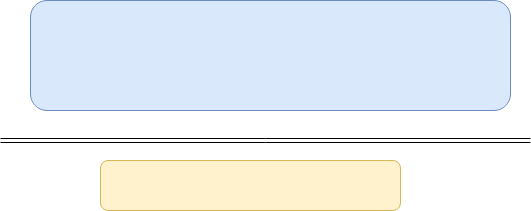
The draw.io diagram assets/dual-mode-execution-mode.drawio.png in Joe-Degs/Joe-Degs.github.io, before a commit. Source tidied: cells renumbered, new cells last; positions are measured from the earlier drawing's top-left corner, leaving out a move shared by most shapes. The source it was exported from:
```xml
<mxGraphModel>
  <root>
    <mxCell id="0" />
    <mxCell id="1" parent="0" />
    <mxCell id="2" style="rounded=1;whiteSpace=wrap;html=1;fillColor=#fff2cc;strokeColor=#d6b656;" parent="1" vertex="1">
      <mxGeometry x="100" y="160" width="300" height="50" as="geometry" />
    </mxCell>
    <mxCell id="3" style="rounded=1;whiteSpace=wrap;html=1;fillColor=#dae8fc;strokeColor=#6c8ebf;" parent="1" vertex="1">
      <mxGeometry x="30" width="480" height="110" as="geometry" />
    </mxCell>
    <mxCell id="4" style="shape=link;html=1;rounded=0;" parent="1" edge="1">
      <mxGeometry relative="1" as="geometry">
        <mxPoint y="140" as="sourcePoint" />
        <mxPoint x="530" y="140" as="targetPoint" />
      </mxGeometry>
    </mxCell>
  </root>
</mxGraphModel>
```
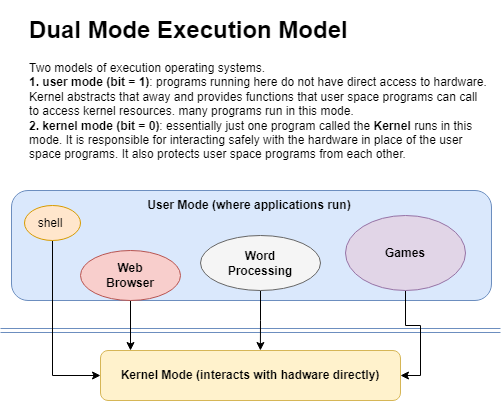
Above is the later version.

Diff of the diagram source:
```diff
@@ -2,17 +2,62 @@
   <root>
     <mxCell id="0" />
     <mxCell id="1" parent="0" />
-    <mxCell id="2" style="rounded=1;whiteSpace=wrap;html=1;fillColor=#fff2cc;strokeColor=#d6b656;" parent="1" vertex="1">
-      <mxGeometry x="100" y="160" width="300" height="50" as="geometry" />
+    <mxCell id="2" style="rounded=1;whiteSpace=wrap;html=1;fillColor=#fff2cc;strokeColor=#d6b656;gradientColor=none;" parent="1" vertex="1">
+      <mxGeometry x="110" y="180" width="300" height="50" as="geometry" />
     </mxCell>
-    <mxCell id="3" style="rounded=1;whiteSpace=wrap;html=1;fillColor=#dae8fc;strokeColor=#6c8ebf;" parent="1" vertex="1">
-      <mxGeometry x="30" width="480" height="110" as="geometry" />
+    <mxCell id="3" style="rounded=1;whiteSpace=wrap;html=1;fillColor=#dae8fc;strokeColor=#6c8ebf;fontFamily=Inconsolata-g;" parent="1" vertex="1">
+      <mxGeometry x="21" y="20" width="480" height="110" as="geometry" />
     </mxCell>
-    <mxCell id="4" style="shape=link;html=1;rounded=0;" parent="1" edge="1">
+    <mxCell id="4" style="shape=link;html=1;rounded=0;fillColor=#dae8fc;strokeColor=#6c8ebf;" parent="1" edge="1">
       <mxGeometry relative="1" as="geometry">
-        <mxPoint y="140" as="sourcePoint" />
-        <mxPoint x="530" y="140" as="targetPoint" />
+        <mxPoint x="10" y="160" as="sourcePoint" />
+        <mxPoint x="510" y="160" as="targetPoint" />
       </mxGeometry>
     </mxCell>
+    <mxCell id="5" value="User Mode (where applications run)" style="text;html=1;strokeColor=none;fillColor=none;align=center;verticalAlign=middle;whiteSpace=wrap;rounded=0;fontStyle=1;" parent="1" vertex="1">
+      <mxGeometry x="129" y="20" width="260" height="30" as="geometry" />
+    </mxCell>
+    <mxCell id="6" value="Kernel Mode (interacts with hadware directly)" style="text;html=1;strokeColor=none;fillColor=none;align=center;verticalAlign=middle;whiteSpace=wrap;rounded=0;fontStyle=1;" parent="1" vertex="1">
+      <mxGeometry x="110" y="190" width="300" height="30" as="geometry" />
+    </mxCell>
+    <mxCell id="7" value="&lt;h1&gt;Dual Mode Execution Model&lt;/h1&gt;&lt;div&gt;Two models of execution operating systems.&lt;/div&gt;&lt;b style=&quot;background-color: initial;&quot;&gt;1. user mode (bit = 1)&lt;/b&gt;&lt;span style=&quot;background-color: initial;&quot;&gt;: programs running here do not have direct access to hardware. Kernel abstracts that away and provides functions that user space programs can call to access kernel resources. many programs run in this mode.&lt;/span&gt;&lt;span style=&quot;font-weight: 700; text-align: center;&quot;&gt;&lt;br&gt;&lt;/span&gt;&lt;div&gt;&lt;b&gt;2. kernel mode (bit = 0)&lt;/b&gt;: essentially just one program called the &lt;b&gt;Kernel &lt;/b&gt;runs in this mode. It is responsible for interacting safely with the hardware in place of the user space programs. It also protects user space programs from each other.&amp;nbsp;&lt;/div&gt;" style="text;html=1;strokeColor=none;fillColor=none;spacing=5;spacingTop=-20;whiteSpace=wrap;overflow=hidden;rounded=0;" parent="1" vertex="1">
+      <mxGeometry x="34" y="-160" width="466" height="160" as="geometry" />
+    </mxCell>
+    <mxCell id="8" style="edgeStyle=orthogonalEdgeStyle;jettySize=auto;html=1;exitX=0.5;exitY=1;exitDx=0;exitDy=0;entryX=0;entryY=0.5;entryDx=0;entryDy=0;rounded=0;" parent="1" edge="1" source="9" target="6">
+      <mxGeometry relative="1" as="geometry" />
+    </mxCell>
+    <mxCell id="9" style="ellipse;whiteSpace=wrap;html=1;fillColor=#ffe6cc;strokeColor=#d79b00;" parent="1" vertex="1">
+      <mxGeometry x="34" y="35" width="56" height="35" as="geometry" />
+    </mxCell>
+    <mxCell id="10" style="edgeStyle=orthogonalEdgeStyle;rounded=0;jettySize=auto;html=1;exitX=0.5;exitY=1;exitDx=0;exitDy=0;entryX=0.1;entryY=0;entryDx=0;entryDy=0;entryPerimeter=0;" parent="1" edge="1" source="11" target="2">
+      <mxGeometry relative="1" as="geometry" />
+    </mxCell>
+    <mxCell id="11" style="ellipse;whiteSpace=wrap;html=1;fillColor=#f8cecc;strokeColor=#b85450;" parent="1" vertex="1">
+      <mxGeometry x="90" y="80" width="100" height="50" as="geometry" />
+    </mxCell>
+    <mxCell id="12" style="edgeStyle=orthogonalEdgeStyle;rounded=0;jettySize=auto;html=1;entryX=0.533;entryY=0;entryDx=0;entryDy=0;entryPerimeter=0;" parent="1" edge="1" source="13" target="2">
+      <mxGeometry relative="1" as="geometry" />
+    </mxCell>
+    <mxCell id="13" style="ellipse;whiteSpace=wrap;html=1;fillColor=#f5f5f5;fontColor=#333333;strokeColor=#666666;" parent="1" vertex="1">
+      <mxGeometry x="210" y="65" width="120" height="55" as="geometry" />
+    </mxCell>
+    <mxCell id="14" style="edgeStyle=orthogonalEdgeStyle;rounded=0;jettySize=auto;html=1;exitX=0.5;exitY=1;exitDx=0;exitDy=0;entryX=1;entryY=0.5;entryDx=0;entryDy=0;" parent="1" edge="1" source="15" target="6">
+      <mxGeometry relative="1" as="geometry" />
+    </mxCell>
+    <mxCell id="15" style="ellipse;whiteSpace=wrap;html=1;fillColor=#e1d5e7;strokeColor=#9673a6;" parent="1" vertex="1">
+      <mxGeometry x="355" y="45" width="120" height="75" as="geometry" />
+    </mxCell>
+    <mxCell id="16" value="&lt;b&gt;Games&lt;/b&gt;" style="text;html=1;strokeColor=none;fillColor=none;align=center;verticalAlign=middle;whiteSpace=wrap;rounded=0;strokeWidth=5;" parent="1" vertex="1">
+      <mxGeometry x="370" y="67.5" width="90" height="30" as="geometry" />
+    </mxCell>
+    <mxCell id="17" value="shell" style="text;html=1;strokeColor=none;fillColor=none;align=center;verticalAlign=middle;whiteSpace=wrap;rounded=0;" parent="1" vertex="1">
+      <mxGeometry x="30" y="37.5" width="60" height="30" as="geometry" />
+    </mxCell>
+    <mxCell id="18" value="&lt;b&gt;Web Browser&lt;/b&gt;" style="text;html=1;strokeColor=none;fillColor=none;align=center;verticalAlign=middle;whiteSpace=wrap;rounded=0;" parent="1" vertex="1">
+      <mxGeometry x="110" y="90" width="60" height="30" as="geometry" />
+    </mxCell>
+    <mxCell id="19" value="&lt;b&gt;Word Processing&lt;/b&gt;" style="text;html=1;strokeColor=none;fillColor=none;align=center;verticalAlign=middle;whiteSpace=wrap;rounded=0;" parent="1" vertex="1">
+      <mxGeometry x="240" y="77.5" width="60" height="30" as="geometry" />
+    </mxCell>
   </root>
 </mxGraphModel>
```
